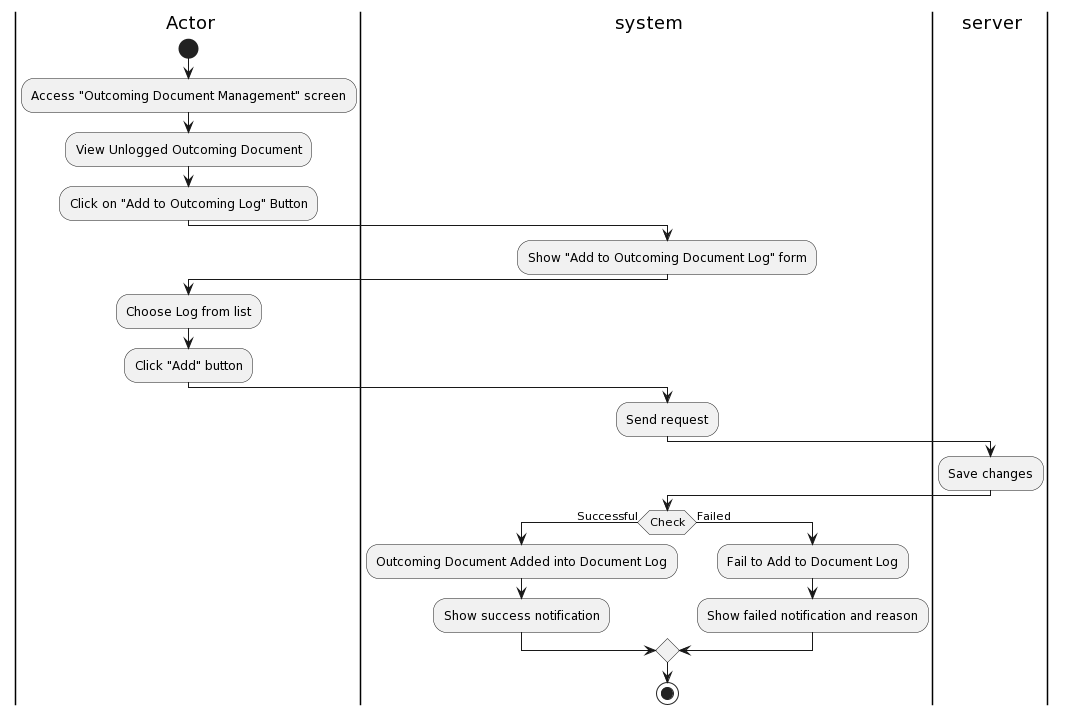
Above: Lab1/Lab1.2/Activity Diagram/OutcomingDocument/AddOutcomingDocumentIntoDocumentLog/AddOutcomingDocumentIntoDocumentLog.png in khoapham1003/SE357-Pratice-class (PlantUML), before the change. The source it was exported from:
```plantuml
@startuml
|a| Actor
|sys| system
|ser| server
|a|
start
:Access "Outcoming Document Management" screen;
:View Unlogged Outcoming Document;
:Click on "Add to Outcoming Log" Button;
|sys|
:Show "Add to Outcoming Document Log" form;
|a|
:Choose Log from list;
:Click "Add" button;
|sys|
:Send request;
|ser|
:Save changes;
|sys|
if(Check) then (Successful)
:Outcoming Document Added into Document Log;
:Show success notification;
else (Failed)
:Fail to Add to Document Log;
:Show failed notification and reason;
endif

stop
@enduml
```
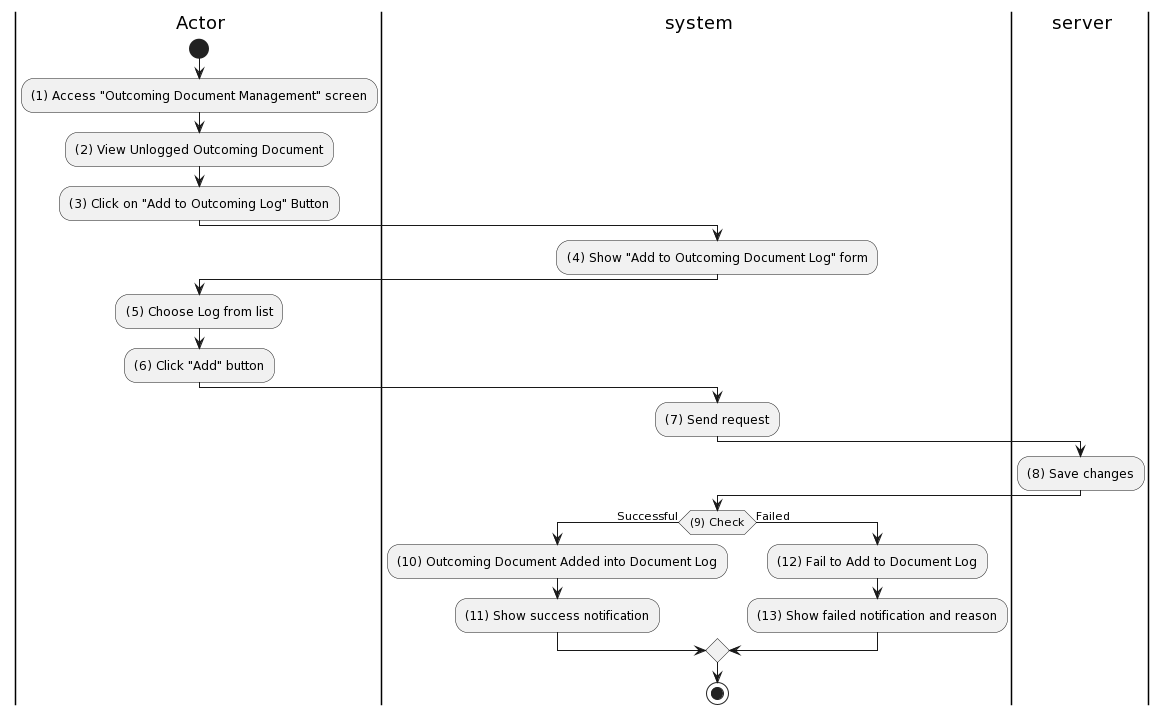
The same diagram one commit later.

The edit, as a diff of the source:
```diff
@@ -4,25 +4,25 @@
 |ser| server
 |a|
 start
-:Access "Outcoming Document Management" screen;
-:View Unlogged Outcoming Document;
-:Click on "Add to Outcoming Log" Button;
+:(1) Access "Outcoming Document Management" screen;
+:(2) View Unlogged Outcoming Document;
+:(3) Click on "Add to Outcoming Log" Button;
 |sys|
-:Show "Add to Outcoming Document Log" form;
+:(4) Show "Add to Outcoming Document Log" form;
 |a|
-:Choose Log from list;
-:Click "Add" button;
+:(5) Choose Log from list;
+:(6) Click "Add" button;
 |sys|
-:Send request;
+:(7) Send request;
 |ser|
-:Save changes;
+:(8) Save changes;
 |sys|
-if(Check) then (Successful)
-:Outcoming Document Added into Document Log;
-:Show success notification;
+if((9) Check) then (Successful)
+:(10) Outcoming Document Added into Document Log;
+:(11) Show success notification;
 else (Failed)
-:Fail to Add to Document Log;
-:Show failed notification and reason;
+:(12) Fail to Add to Document Log;
+:(13) Show failed notification and reason;
 endif
 
 stop
```
